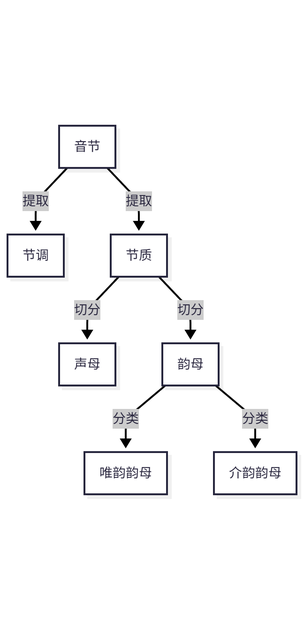
Earlier version of the Mermaid export YIME_Theory/flowchart/二式一调二质分析.png (tsaanghwang/Yime-prototype). Its source is kept beside it as YIME_Theory/flowchart/二式一调二质分析.mmd.
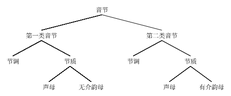
The same file after the commit.

Change to the diagram source:
```diff
@@ -1,7 +1,17 @@
 graph TB
-    A[音节] --> |提取|B[节调]
-    A --> |提取|C[节质]
-    C --> |切分|D[声母]
-    C --> |切分|E[韵母]
-    E --> |分类|F[唯韵韵母]
-    E --> |分类|G[介韵韵母]
+    A[音节] --> |当韵母是韵质时|B[第一类音节]
+    A --> |当韵母非韵质时|C[第二类音节]
+
+    B --> |提取|D[节调]
+    B --> |提取|E[节质]
+
+    C --> |提取|F[节调]
+    C --> |提取|G[节质]
+
+    D --> H[节调]
+    E --> |切分|I[声母]
+    E --> |切分|J[唯韵韵母]
+
+    F --> K[节调]
+    G --> |切分|L[声母]
+    G --> |切分|M[介韵韵母]
```
